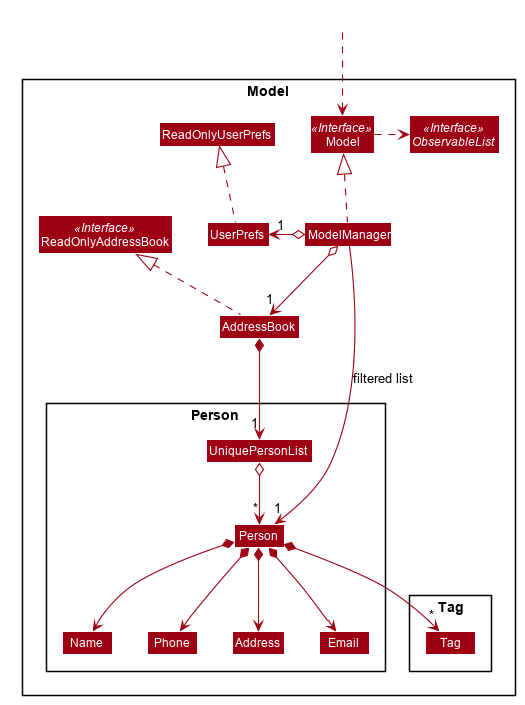
This is docs/images/ModelClassDiagram.png from nus-cs2103-AY1920S1/addressbook-level3, a PlantUML export, as it was before one commit.
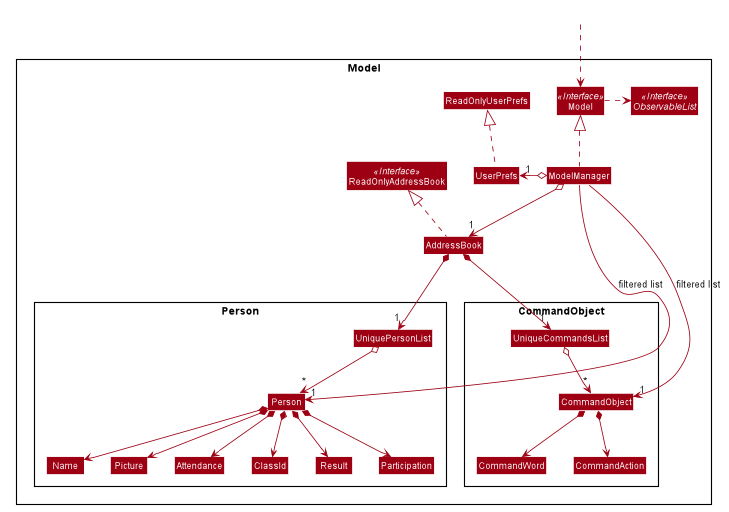
Later version of the same file.

The edit, as a diff of the source:
```diff
@@ -64,15 +64,20 @@
 
 Package Person {
 Class Person
-Class Address
-Class Email
+Class Attendance
+Class ClassId
+Class Result
+Class Participation
 Class Name
-Class Phone
+Class Picture
 Class UniquePersonList
 }
 
-Package Tag {
-Class Tag
+Package CommandObject {
+Class CommandObject
+Class CommandWord
+Class CommandAction
+Class UniqueCommandsList
 }
 }
 
@@ -89,15 +94,20 @@
 
 AddressBook *--> "1" UniquePersonList
 UniquePersonList o--> "*" Person
+Person *--> Attendance
+Person *--> ClassId
+Person *--> Result
+Person *--> Participation
 Person *--> Name
-Person *--> Phone
-Person *--> Email
-Person *--> Address
-Person *--> "*" Tag
+Person *--> Picture
 
-Name -[hidden]right-> Phone
-Phone -[hidden]right-> Address
-Address -[hidden]right-> Email
+
+AddressBook *--> "1" UniqueCommandsList
+UniqueCommandsList o--> "*" CommandObject
+CommandObject *--> CommandWord
+CommandObject *--> CommandAction
+
 
 ModelManager -->"1" Person : filtered list
+ModelManager -->"1" CommandObject : filtered list
 @enduml
```
